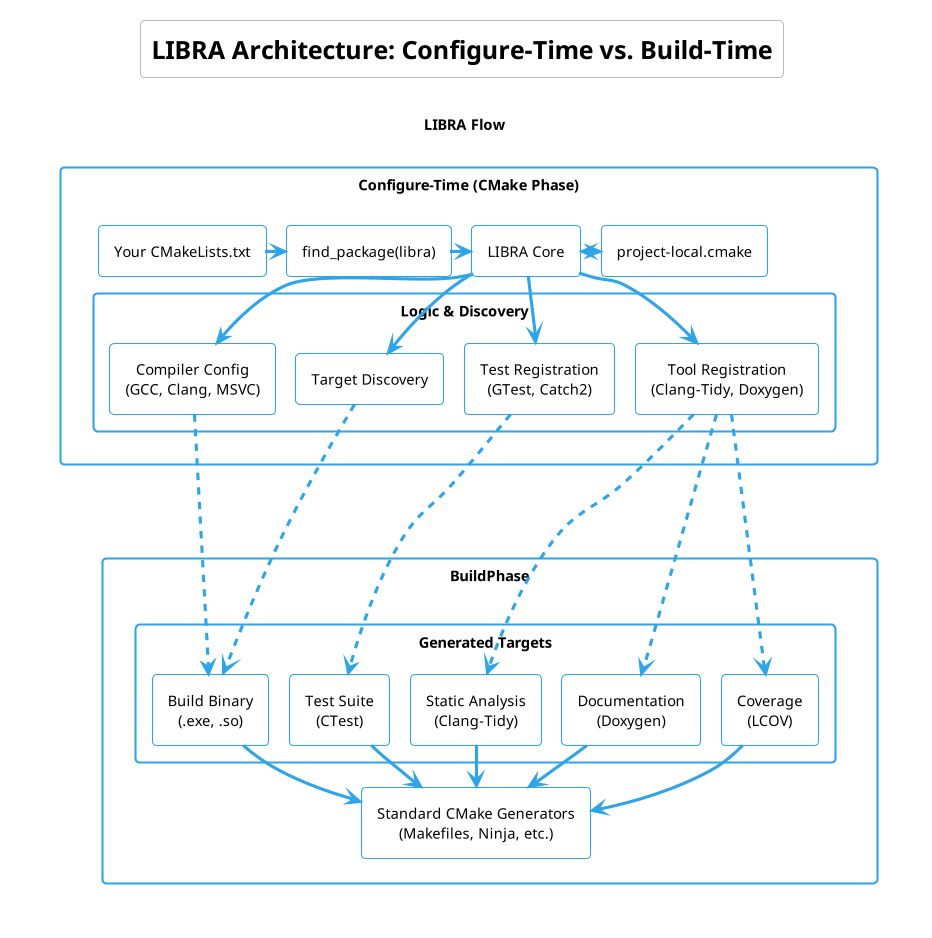
The PlantUML diagram docs/figures/arch.png in jharwell/libra, before a commit.
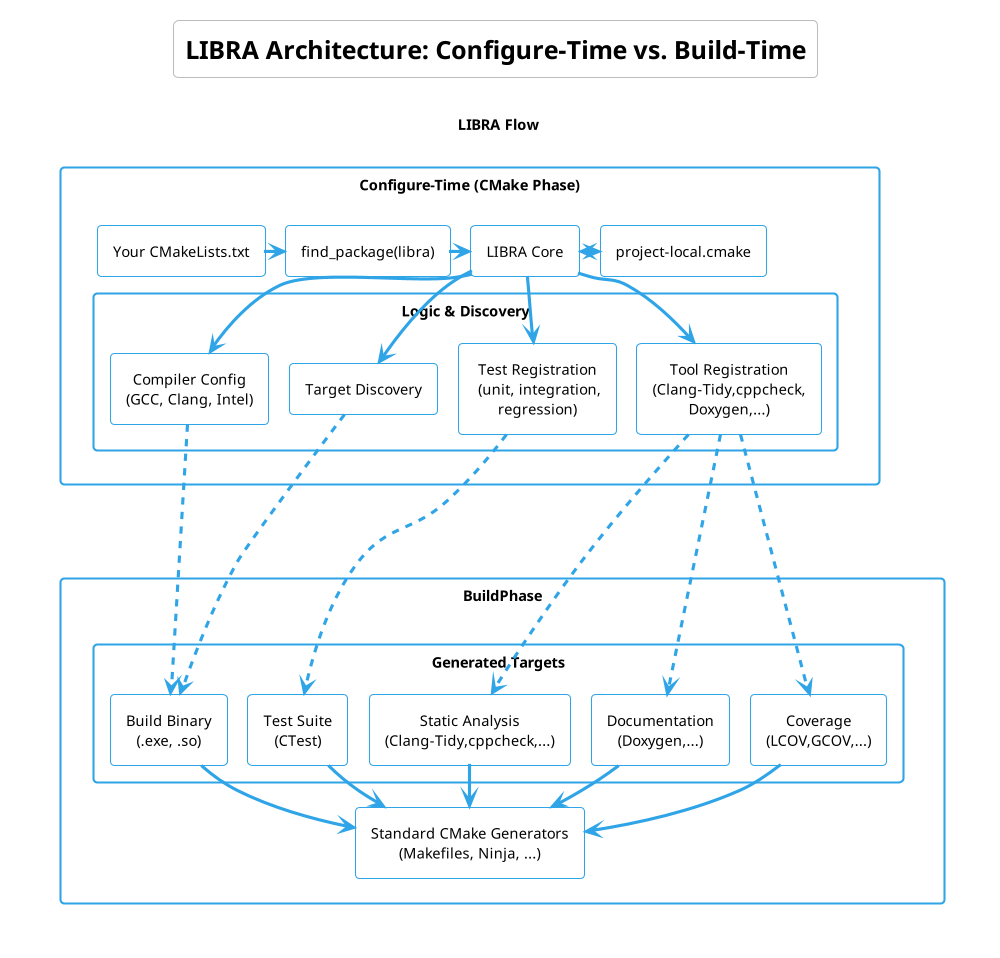
After the commit.

The edit, as a diff of the source:
```diff
@@ -31,10 +31,10 @@
         component "project-local.cmake" as Local
 
         package "Logic & Discovery" {
-            component "Compiler Config\n(GCC, Clang, MSVC)" as CompilerCfg
+            component "Compiler Config\n(GCC, Clang, Intel)" as CompilerCfg
             component "Target Discovery" as TargetCfg
-            component "Test Registration\n(GTest, Catch2)" as TestCfg
-            component "Tool Registration\n(Clang-Tidy, Doxygen)" as ToolCfg
+            component "Test Registration\n (unit, integration,\nregression)" as TestCfg
+            component "Tool Registration\n(Clang-Tidy,cppcheck,\nDoxygen,...)" as ToolCfg
         }
 
         CMake -> FindPkg
@@ -49,14 +49,14 @@
     ConfigPhase -[hidden]down- BuildPhase
 
     package "Build-Time (Generator Phase)" as BuildPhase {
-        component "Standard CMake Generators\n(Makefiles, Ninja, etc.)" as Gen
+        component "Standard CMake Generators\n(Makefiles, Ninja, ...)" as Gen
 
         package "Generated Targets" {
             component "Build Binary\n(.exe, .so)" as Build
             component "Test Suite\n(CTest)" as Test
-            component "Static Analysis\n(Clang-Tidy)" as Analyze
-            component "Documentation\n(Doxygen)" as Docs
-            component "Coverage\n(LCOV)" as Coverage
+            component "Static Analysis\n(Clang-Tidy,cppcheck,...)" as Analyze
+            component "Documentation\n(Doxygen,...)" as Docs
+            component "Coverage\n(LCOV,GCOV,...)" as Coverage
         }
 
         Build -down-> Gen
```
